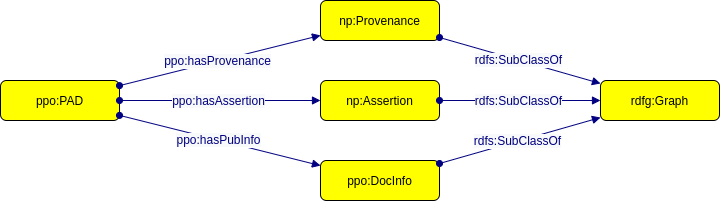
Earlier version of the draw.io export ontology/img/job_ontology-PAD.drawio.png (CWTSLeiden/Journal-Observatory-data). Source tidied: cells renumbered, new cells last; positions are measured from the earlier drawing's top-left corner, leaving out a move shared by most shapes. Its diagram source:
```xml
<mxGraphModel>
  <root>
    <mxCell id="0" />
    <mxCell id="1" parent="0" />
    <mxCell id="2" value="ppo:PAD" style="graphMlID=n4;shape=rect;rounded=1;arcsize=30;fillColor=#ffff00;strokeColor=#000000;strokeWidth=1.0;fontSize=12;fontFamily=Helvetica;horizontal=1;verticalAlign=middle;" parent="1" vertex="1">
      <mxGeometry y="80" width="119" height="40" as="geometry" />
    </mxCell>
    <mxCell id="3" style="graphMlID=e0;rounded=0;endArrow=block;strokeColor=#000080;strokeWidth=1.0;startArrow=oval;startFill=1;endFill=1;fontSize=12;fontFamily=Helvetica;horizontal=1;verticalAlign=middle;" parent="1" edge="1" source="2" target="7">
      <mxGeometry relative="1" as="geometry" />
    </mxCell>
    <mxCell id="4" value="&lt;span style=&quot;color: rgb(0, 0, 128); font-size: 12px; background-color: rgb(248, 249, 250);&quot;&gt;ppo:hasProvenance&lt;/span&gt;" style="text;html=1;align=center;verticalAlign=middle;labelBackgroundColor=#ffffff;fontSize=12;fontFamily=Helvetica;horizontal=1;" parent="3" vertex="1">
      <mxGeometry x="-0.02" y="2" relative="1" as="geometry">
        <mxPoint x="-1" y="2" as="offset" />
      </mxGeometry>
    </mxCell>
    <mxCell id="5" style="graphMlID=e0;rounded=0;endArrow=block;strokeColor=#000080;strokeWidth=1.0;startArrow=oval;startFill=1;endFill=1;fontSize=12;fontFamily=Helvetica;horizontal=1;verticalAlign=middle;" parent="1" edge="1" source="2" target="8">
      <mxGeometry relative="1" as="geometry" />
    </mxCell>
    <mxCell id="6" value="&lt;span style=&quot;color: rgb(0, 0, 128); font-size: 12px; background-color: rgb(248, 249, 250);&quot;&gt;ppo:hasAssertion&lt;/span&gt;" style="text;html=1;align=center;verticalAlign=middle;labelBackgroundColor=#ffffff;fontSize=12;fontFamily=Helvetica;horizontal=1;" parent="5" vertex="1">
      <mxGeometry x="-0.02" y="2" relative="1" as="geometry">
        <mxPoint x="-1" y="2" as="offset" />
      </mxGeometry>
    </mxCell>
    <mxCell id="7" value="np:Provenance" style="graphMlID=n4;shape=rect;rounded=1;arcsize=30;fillColor=#ffff00;strokeColor=#000000;strokeWidth=1.0;fontSize=12;fontFamily=Helvetica;horizontal=1;verticalAlign=middle;" parent="1" vertex="1">
      <mxGeometry x="320" width="119" height="40" as="geometry" />
    </mxCell>
    <mxCell id="8" value="np:Assertion" style="graphMlID=n4;shape=rect;rounded=1;arcsize=30;fillColor=#ffff00;strokeColor=#000000;strokeWidth=1.0;fontSize=12;fontFamily=Helvetica;horizontal=1;verticalAlign=middle;" parent="1" vertex="1">
      <mxGeometry x="320" y="80" width="119" height="40" as="geometry" />
    </mxCell>
    <mxCell id="9" value="rdfg:Graph" style="graphMlID=n4;shape=rect;rounded=1;arcsize=30;fillColor=#ffff00;strokeColor=#000000;strokeWidth=1.0;fontSize=12;fontFamily=Helvetica;horizontal=1;verticalAlign=middle;" parent="1" vertex="1">
      <mxGeometry x="600" y="80" width="119" height="40" as="geometry" />
    </mxCell>
    <mxCell id="10" style="graphMlID=e0;rounded=0;endArrow=block;strokeColor=#000080;strokeWidth=1.0;startArrow=oval;startFill=1;endFill=1;fontSize=12;fontFamily=Helvetica;horizontal=1;verticalAlign=middle;" parent="1" edge="1" source="8" target="9">
      <mxGeometry relative="1" as="geometry" />
    </mxCell>
    <mxCell id="11" value="&lt;span style=&quot;color: rgb(0, 0, 128); font-size: 12px; background-color: rgb(248, 249, 250);&quot;&gt;rdfs:SubClassOf&lt;/span&gt;" style="text;html=1;align=center;verticalAlign=middle;labelBackgroundColor=#ffffff;fontSize=12;fontFamily=Helvetica;horizontal=1;" parent="10" vertex="1">
      <mxGeometry x="-0.02" y="2" relative="1" as="geometry">
        <mxPoint x="-1" y="2" as="offset" />
      </mxGeometry>
    </mxCell>
    <mxCell id="12" style="graphMlID=e0;rounded=0;endArrow=block;strokeColor=#000080;strokeWidth=1.0;startArrow=oval;startFill=1;endFill=1;fontSize=12;fontFamily=Helvetica;horizontal=1;verticalAlign=middle;" parent="1" edge="1" source="7" target="9">
      <mxGeometry relative="1" as="geometry" />
    </mxCell>
    <mxCell id="13" value="&lt;span style=&quot;color: rgb(0, 0, 128); font-size: 12px; background-color: rgb(248, 249, 250);&quot;&gt;rdfs:SubClassOf&lt;/span&gt;" style="text;html=1;align=center;verticalAlign=middle;labelBackgroundColor=#ffffff;fontSize=12;fontFamily=Helvetica;horizontal=1;" parent="12" vertex="1">
      <mxGeometry x="-0.02" y="2" relative="1" as="geometry">
        <mxPoint x="-1" y="2" as="offset" />
      </mxGeometry>
    </mxCell>
    <mxCell id="14" style="graphMlID=e0;rounded=0;endArrow=block;strokeColor=#000080;strokeWidth=1.0;startArrow=oval;startFill=1;endFill=1;fontSize=12;fontFamily=Helvetica;horizontal=1;verticalAlign=middle;" parent="1" edge="1" source="2" target="16">
      <mxGeometry relative="1" as="geometry" />
    </mxCell>
    <mxCell id="15" value="&lt;span style=&quot;color: rgb(0, 0, 128); font-size: 12px; background-color: rgb(248, 249, 250);&quot;&gt;ppo:hasPubInfo&lt;/span&gt;" style="text;html=1;align=center;verticalAlign=middle;labelBackgroundColor=#ffffff;fontSize=12;fontFamily=Helvetica;horizontal=1;" parent="14" vertex="1">
      <mxGeometry x="-0.02" y="2" relative="1" as="geometry">
        <mxPoint x="-1" y="2" as="offset" />
      </mxGeometry>
    </mxCell>
    <mxCell id="16" value="ppo:DocInfo" style="graphMlID=n4;shape=rect;rounded=1;arcsize=30;fillColor=#ffff00;strokeColor=#000000;strokeWidth=1.0;fontSize=12;fontFamily=Helvetica;horizontal=1;verticalAlign=middle;" parent="1" vertex="1">
      <mxGeometry x="320" y="160" width="119" height="40" as="geometry" />
    </mxCell>
    <mxCell id="17" style="graphMlID=e0;rounded=0;endArrow=block;strokeColor=#000080;strokeWidth=1.0;startArrow=oval;startFill=1;endFill=1;fontSize=12;fontFamily=Helvetica;horizontal=1;verticalAlign=middle;" parent="1" edge="1" source="16" target="9">
      <mxGeometry relative="1" as="geometry" />
    </mxCell>
    <mxCell id="18" value="&lt;span style=&quot;color: rgb(0, 0, 128); font-size: 12px; background-color: rgb(248, 249, 250);&quot;&gt;rdfs:SubClassOf&lt;/span&gt;" style="text;html=1;align=center;verticalAlign=middle;labelBackgroundColor=#ffffff;fontSize=12;fontFamily=Helvetica;horizontal=1;" parent="17" vertex="1">
      <mxGeometry x="-0.02" y="2" relative="1" as="geometry">
        <mxPoint x="-1" y="2" as="offset" />
      </mxGeometry>
    </mxCell>
  </root>
</mxGraphModel>
```
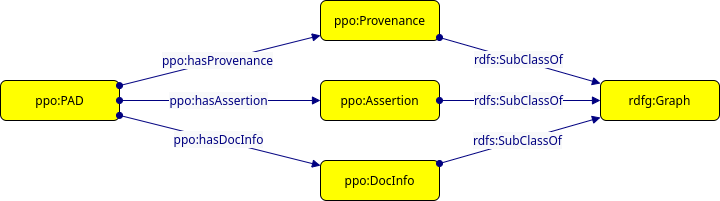
Later version of the same file.

What changed in the source:
```diff
@@ -21,10 +21,10 @@
         <mxPoint x="-1" y="2" as="offset" />
       </mxGeometry>
     </mxCell>
-    <mxCell id="7" value="np:Provenance" style="graphMlID=n4;shape=rect;rounded=1;arcsize=30;fillColor=#ffff00;strokeColor=#000000;strokeWidth=1.0;fontSize=12;fontFamily=Helvetica;horizontal=1;verticalAlign=middle;" parent="1" vertex="1">
+    <mxCell id="7" value="ppo:Provenance" style="graphMlID=n4;shape=rect;rounded=1;arcsize=30;fillColor=#ffff00;strokeColor=#000000;strokeWidth=1.0;fontSize=12;fontFamily=Helvetica;horizontal=1;verticalAlign=middle;" parent="1" vertex="1">
       <mxGeometry x="320" width="119" height="40" as="geometry" />
     </mxCell>
-    <mxCell id="8" value="np:Assertion" style="graphMlID=n4;shape=rect;rounded=1;arcsize=30;fillColor=#ffff00;strokeColor=#000000;strokeWidth=1.0;fontSize=12;fontFamily=Helvetica;horizontal=1;verticalAlign=middle;" parent="1" vertex="1">
+    <mxCell id="8" value="ppo:Assertion" style="graphMlID=n4;shape=rect;rounded=1;arcsize=30;fillColor=#ffff00;strokeColor=#000000;strokeWidth=1.0;fontSize=12;fontFamily=Helvetica;horizontal=1;verticalAlign=middle;" parent="1" vertex="1">
       <mxGeometry x="320" y="80" width="119" height="40" as="geometry" />
     </mxCell>
     <mxCell id="9" value="rdfg:Graph" style="graphMlID=n4;shape=rect;rounded=1;arcsize=30;fillColor=#ffff00;strokeColor=#000000;strokeWidth=1.0;fontSize=12;fontFamily=Helvetica;horizontal=1;verticalAlign=middle;" parent="1" vertex="1">
@@ -49,7 +49,7 @@
     <mxCell id="14" style="graphMlID=e0;rounded=0;endArrow=block;strokeColor=#000080;strokeWidth=1.0;startArrow=oval;startFill=1;endFill=1;fontSize=12;fontFamily=Helvetica;horizontal=1;verticalAlign=middle;" parent="1" edge="1" source="2" target="16">
       <mxGeometry relative="1" as="geometry" />
     </mxCell>
-    <mxCell id="15" value="&lt;span style=&quot;color: rgb(0, 0, 128); font-size: 12px; background-color: rgb(248, 249, 250);&quot;&gt;ppo:hasPubInfo&lt;/span&gt;" style="text;html=1;align=center;verticalAlign=middle;labelBackgroundColor=#ffffff;fontSize=12;fontFamily=Helvetica;horizontal=1;" parent="14" vertex="1">
+    <mxCell id="15" value="&lt;span style=&quot;color: rgb(0, 0, 128); font-size: 12px; background-color: rgb(248, 249, 250);&quot;&gt;ppo:hasDocInfo&lt;/span&gt;" style="text;html=1;align=center;verticalAlign=middle;labelBackgroundColor=#ffffff;fontSize=12;fontFamily=Helvetica;horizontal=1;" parent="14" vertex="1">
       <mxGeometry x="-0.02" y="2" relative="1" as="geometry">
         <mxPoint x="-1" y="2" as="offset" />
       </mxGeometry>
```
